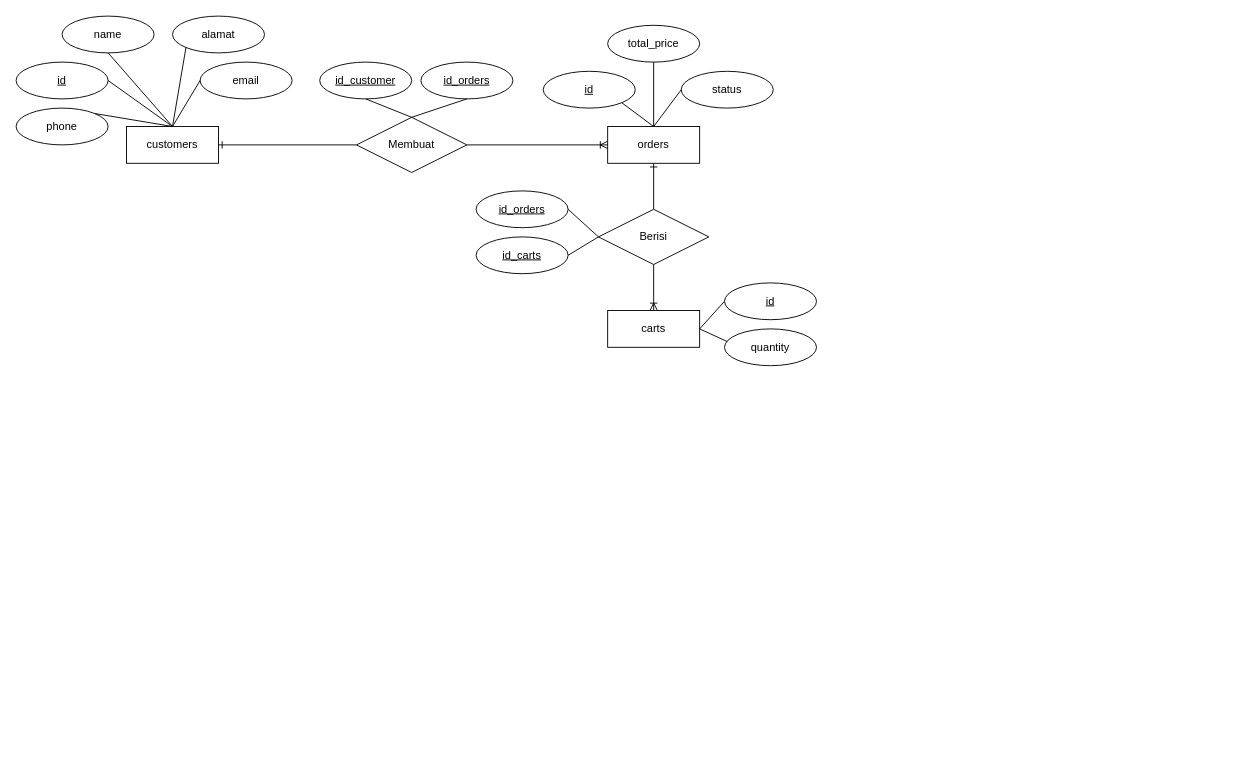
Above: page "ERD" (1 of 2) of Tugas_Basdat_Jurnal.drawio in dapzz-id/DrawIO (draw.io), before the change. Source tidied: cells renumbered, new cells numbered last; positions are measured from the earlier drawing's top-left corner, leaving out a move shared by most shapes. Both pictures are drawn from the tidied source at 92%, with x=0, y=0 at pixel (16, 16).
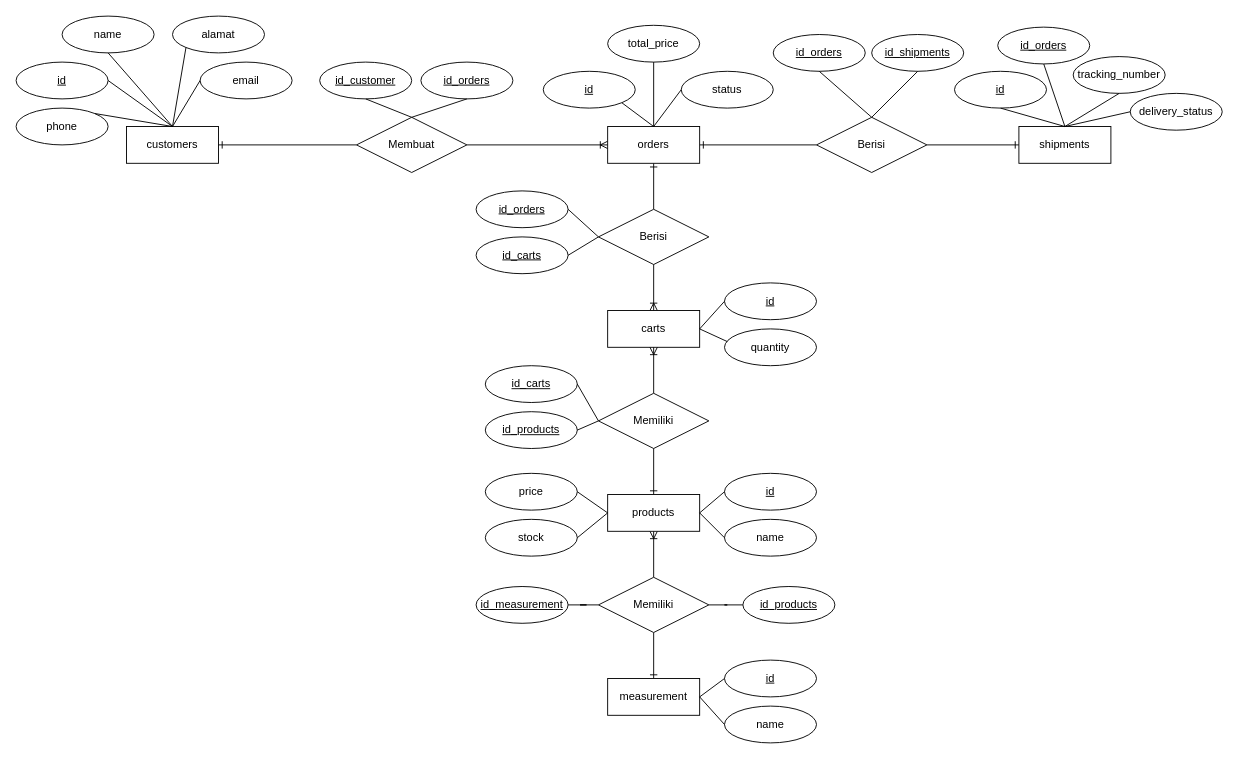
The same diagram, later.

The change refers to these unchanged cells:
```xml
<mxCell id="17" value="orders" style="whiteSpace=wrap;html=1;align=center;" parent="1" vertex="1">
  <mxGeometry x="643" y="120" width="100" height="40" as="geometry" />
</mxCell>
<mxCell id="30" value="carts" style="whiteSpace=wrap;html=1;align=center;" parent="1" vertex="1">
  <mxGeometry x="643" y="320" width="100" height="40" as="geometry" />
</mxCell>
```

The edit, as a diff of the source:
```diff
@@
+    <mxCell id="39" style="edgeStyle=orthogonalEdgeStyle;rounded=0;jettySize=auto;html=1;exitX=1;exitY=0.5;exitDx=0;exitDy=0;entryX=0;entryY=0.5;entryDx=0;entryDy=0;endArrow=none;startFill=0;startArrow=ERone;" parent="1" edge="1" source="17" target="69">
+      <mxGeometry relative="1" as="geometry" />
+    </mxCell>
@@
+    <mxCell id="40" style="edgeStyle=orthogonalEdgeStyle;rounded=0;jettySize=auto;html=1;endArrow=ERoneToMany;startFill=0;endFill=0;" parent="1" edge="1" source="41" target="30">
+      <mxGeometry relative="1" as="geometry" />
+    </mxCell>
+    <mxCell id="41" value="Memiliki" style="shape=rhombus;perimeter=rhombusPerimeter;whiteSpace=wrap;html=1;align=center;" parent="1" vertex="1">
+      <mxGeometry x="633" y="410" width="120" height="60" as="geometry" />
+    </mxCell>
+    <mxCell id="42" style="edgeStyle=orthogonalEdgeStyle;rounded=0;jettySize=auto;html=1;endArrow=none;startFill=0;startArrow=ERone;" parent="1" edge="1" source="44" target="41">
+      <mxGeometry relative="1" as="geometry" />
+    </mxCell>
+    <mxCell id="43" style="edgeStyle=orthogonalEdgeStyle;rounded=0;jettySize=auto;html=1;endArrow=none;endFill=0;startFill=0;startArrow=ERoneToMany;" parent="1" edge="1" source="44" target="60">
+      <mxGeometry relative="1" as="geometry" />
+    </mxCell>
+    <mxCell id="44" value="products" style="whiteSpace=wrap;html=1;align=center;" parent="1" vertex="1">
+      <mxGeometry x="643" y="520" width="100" height="40" as="geometry" />
+    </mxCell>
+    <mxCell id="45" value="id" style="ellipse;whiteSpace=wrap;html=1;align=center;fontStyle=4;" parent="1" vertex="1">
+      <mxGeometry x="770" y="497" width="100" height="40" as="geometry" />
+    </mxCell>
+    <mxCell id="46" value="name" style="ellipse;whiteSpace=wrap;html=1;align=center;" parent="1" vertex="1">
+      <mxGeometry x="770" y="547" width="100" height="40" as="geometry" />
+    </mxCell>
+    <mxCell id="47" value="price" style="ellipse;whiteSpace=wrap;html=1;align=center;" parent="1" vertex="1">
+      <mxGeometry x="510" y="497" width="100" height="40" as="geometry" />
+    </mxCell>
+    <mxCell id="48" value="stock" style="ellipse;whiteSpace=wrap;html=1;align=center;" parent="1" vertex="1">
+      <mxGeometry x="510" y="547" width="100" height="40" as="geometry" />
+    </mxCell>
+    <mxCell id="49" style="endArrow=none;html=1;rounded=0;exitX=1;exitY=0.5;exitDx=0;exitDy=0;entryX=0;entryY=0.5;entryDx=0;entryDy=0;" parent="1" edge="1" source="47" target="44">
+      <mxGeometry relative="1" as="geometry" />
+    </mxCell>
+    <mxCell id="50" style="endArrow=none;html=1;rounded=0;exitX=1;exitY=0.5;exitDx=0;exitDy=0;entryX=0;entryY=0.5;entryDx=0;entryDy=0;" parent="1" edge="1" source="48" target="44">
+      <mxGeometry relative="1" as="geometry" />
+    </mxCell>
+    <mxCell id="51" style="endArrow=none;html=1;rounded=0;entryX=0;entryY=0.5;entryDx=0;entryDy=0;exitX=1;exitY=0.5;exitDx=0;exitDy=0;" parent="1" edge="1" source="44" target="45">
+      <mxGeometry relative="1" as="geometry" />
+    </mxCell>
+    <mxCell id="52" style="endArrow=none;html=1;rounded=0;entryX=0;entryY=0.5;entryDx=0;entryDy=0;exitX=1;exitY=0.5;exitDx=0;exitDy=0;" parent="1" edge="1" source="44" target="46">
+      <mxGeometry relative="1" as="geometry" />
+    </mxCell>
+    <mxCell id="53" value="id_carts" style="ellipse;whiteSpace=wrap;html=1;align=center;fontStyle=4;" parent="1" vertex="1">
+      <mxGeometry x="510" y="380" width="100" height="40" as="geometry" />
+    </mxCell>
+    <mxCell id="54" value="id_products" style="ellipse;whiteSpace=wrap;html=1;align=center;fontStyle=4;" parent="1" vertex="1">
+      <mxGeometry x="510" y="430" width="100" height="40" as="geometry" />
+    </mxCell>
+    <mxCell id="55" style="endArrow=none;html=1;rounded=0;exitX=1;exitY=0.5;exitDx=0;exitDy=0;entryX=0;entryY=0.5;entryDx=0;entryDy=0;" parent="1" edge="1" source="53" target="41">
+      <mxGeometry relative="1" as="geometry" />
+    </mxCell>
+    <mxCell id="56" style="endArrow=none;html=1;rounded=0;exitX=1;exitY=0.5;exitDx=0;exitDy=0;entryX=0;entryY=0.5;entryDx=0;entryDy=0;" parent="1" edge="1" source="54" target="41">
+      <mxGeometry relative="1" as="geometry" />
+    </mxCell>
+    <mxCell id="57" style="edgeStyle=orthogonalEdgeStyle;rounded=0;jettySize=auto;html=1;endArrow=ERone;endFill=0;" parent="1" edge="1" source="60" target="61">
+      <mxGeometry relative="1" as="geometry" />
+    </mxCell>
+    <mxCell id="58" style="edgeStyle=orthogonalEdgeStyle;rounded=0;jettySize=auto;html=1;endArrow=none;startFill=0;" parent="1" edge="1" source="60" target="62">
+      <mxGeometry relative="1" as="geometry" />
+    </mxCell>
+    <mxCell id="59" style="edgeStyle=orthogonalEdgeStyle;rounded=0;jettySize=auto;html=1;endArrow=none;startFill=0;" parent="1" edge="1" source="60" target="63">
+      <mxGeometry relative="1" as="geometry" />
+    </mxCell>
+    <mxCell id="60" value="Memiliki" style="shape=rhombus;perimeter=rhombusPerimeter;whiteSpace=wrap;html=1;align=center;" parent="1" vertex="1">
+      <mxGeometry x="633" y="610" width="120" height="60" as="geometry" />
+    </mxCell>
+    <mxCell id="61" value="measurement" style="whiteSpace=wrap;html=1;align=center;" parent="1" vertex="1">
+      <mxGeometry x="643" y="720" width="100" height="40" as="geometry" />
+    </mxCell>
+    <mxCell id="62" value="id_products" style="ellipse;whiteSpace=wrap;html=1;align=center;fontStyle=4;" parent="1" vertex="1">
+      <mxGeometry x="790" y="620" width="100" height="40" as="geometry" />
+    </mxCell>
+    <mxCell id="63" value="id_measurement" style="ellipse;whiteSpace=wrap;html=1;align=center;fontStyle=4;" parent="1" vertex="1">
+      <mxGeometry x="500" y="620" width="100" height="40" as="geometry" />
+    </mxCell>
+    <mxCell id="64" value="id" style="ellipse;whiteSpace=wrap;html=1;align=center;fontStyle=4;" parent="1" vertex="1">
+      <mxGeometry x="770" y="700" width="100" height="40" as="geometry" />
+    </mxCell>
+    <mxCell id="65" value="name" style="ellipse;whiteSpace=wrap;html=1;align=center;" parent="1" vertex="1">
+      <mxGeometry x="770" y="750" width="100" height="40" as="geometry" />
+    </mxCell>
+    <mxCell id="66" style="endArrow=none;html=1;rounded=0;exitX=1;exitY=0.5;exitDx=0;exitDy=0;entryX=0;entryY=0.5;entryDx=0;entryDy=0;" parent="1" edge="1" source="61" target="64">
+      <mxGeometry relative="1" as="geometry" />
+    </mxCell>
+    <mxCell id="67" style="endArrow=none;html=1;rounded=0;exitX=1;exitY=0.5;exitDx=0;exitDy=0;entryX=0;entryY=0.5;entryDx=0;entryDy=0;" parent="1" edge="1" source="61" target="65">
+      <mxGeometry relative="1" as="geometry" />
+    </mxCell>
+    <mxCell id="68" style="edgeStyle=orthogonalEdgeStyle;rounded=0;jettySize=auto;html=1;endArrow=ERone;endFill=0;" parent="1" edge="1" source="69" target="74">
+      <mxGeometry relative="1" as="geometry" />
+    </mxCell>
+    <mxCell id="69" value="Berisi" style="shape=rhombus;perimeter=rhombusPerimeter;whiteSpace=wrap;html=1;align=center;" parent="1" vertex="1">
+      <mxGeometry x="870" y="110" width="120" height="60" as="geometry" />
+    </mxCell>
+    <mxCell id="70" value="id_orders" style="ellipse;whiteSpace=wrap;html=1;align=center;fontStyle=4;" parent="1" vertex="1">
+      <mxGeometry x="823" y="20" width="100" height="40" as="geometry" />
+    </mxCell>
+    <mxCell id="71" value="id_shipments" style="ellipse;whiteSpace=wrap;html=1;align=center;fontStyle=4;" parent="1" vertex="1">
+      <mxGeometry x="930" y="20" width="100" height="40" as="geometry" />
+    </mxCell>
+    <mxCell id="72" style="endArrow=none;html=1;rounded=0;exitX=0.5;exitY=1;exitDx=0;exitDy=0;entryX=0.5;entryY=0;entryDx=0;entryDy=0;" parent="1" edge="1" source="71" target="69">
+      <mxGeometry relative="1" as="geometry" />
+    </mxCell>
+    <mxCell id="73" style="endArrow=none;html=1;rounded=0;exitX=0.5;exitY=1;exitDx=0;exitDy=0;entryX=0.5;entryY=0;entryDx=0;entryDy=0;" parent="1" edge="1" source="70" target="69">
+      <mxGeometry relative="1" as="geometry" />
+    </mxCell>
+    <mxCell id="74" value="shipments" style="whiteSpace=wrap;html=1;align=center;" parent="1" vertex="1">
+      <mxGeometry x="1090" y="120" width="100" height="40" as="geometry" />
+    </mxCell>
+    <mxCell id="75" value="id" style="ellipse;whiteSpace=wrap;html=1;align=center;fontStyle=4;" parent="1" vertex="1">
+      <mxGeometry x="1020" y="60" width="100" height="40" as="geometry" />
+    </mxCell>
+    <mxCell id="76" value="id_orders" style="ellipse;whiteSpace=wrap;html=1;align=center;fontStyle=4;" parent="1" vertex="1">
+      <mxGeometry x="1067" y="12" width="100" height="40" as="geometry" />
+    </mxCell>
+    <mxCell id="77" value="tracking_number" style="ellipse;whiteSpace=wrap;html=1;align=center;" parent="1" vertex="1">
+      <mxGeometry x="1149" y="44" width="100" height="40" as="geometry" />
+    </mxCell>
+    <mxCell id="78" style="endArrow=none;html=1;rounded=0;exitX=0.5;exitY=1;exitDx=0;exitDy=0;entryX=0.5;entryY=0;entryDx=0;entryDy=0;" parent="1" edge="1" source="75" target="74">
+      <mxGeometry relative="1" as="geometry" />
+    </mxCell>
+    <mxCell id="79" style="endArrow=none;html=1;rounded=0;exitX=0.5;exitY=1;exitDx=0;exitDy=0;entryX=0.5;entryY=0;entryDx=0;entryDy=0;" parent="1" edge="1" source="76" target="74">
+      <mxGeometry relative="1" as="geometry" />
+    </mxCell>
+    <mxCell id="80" style="endArrow=none;html=1;rounded=0;exitX=0.5;exitY=1;exitDx=0;exitDy=0;entryX=0.5;entryY=0;entryDx=0;entryDy=0;" parent="1" edge="1" source="77" target="74">
+      <mxGeometry relative="1" as="geometry" />
+    </mxCell>
+    <mxCell id="81" value="delivery_status" style="ellipse;whiteSpace=wrap;html=1;align=center;" parent="1" vertex="1">
+      <mxGeometry x="1211" y="84" width="100" height="40" as="geometry" />
+    </mxCell>
+    <mxCell id="82" style="endArrow=none;html=1;rounded=0;exitX=0.5;exitY=0;exitDx=0;exitDy=0;entryX=0;entryY=0.5;entryDx=0;entryDy=0;" parent="1" edge="1" source="74" target="81">
+      <mxGeometry relative="1" as="geometry" />
+    </mxCell>
```
